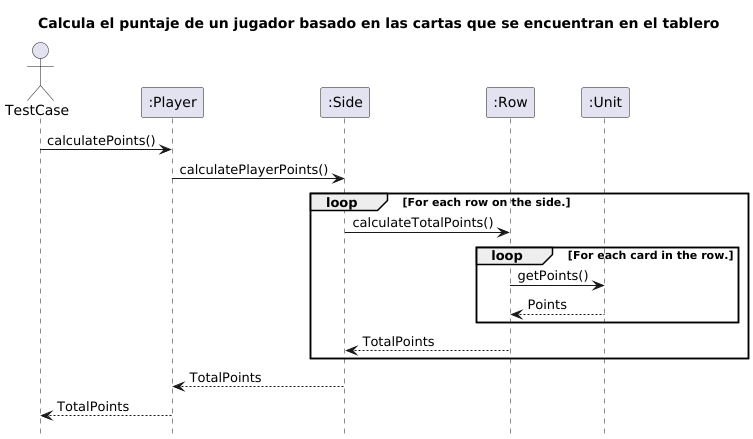
This is diagrams/sequences/DiagramaDeSecuencia1.png from Yonhir/algo3_proyecto_base_tp2, a PlantUML export, as it was before one commit.
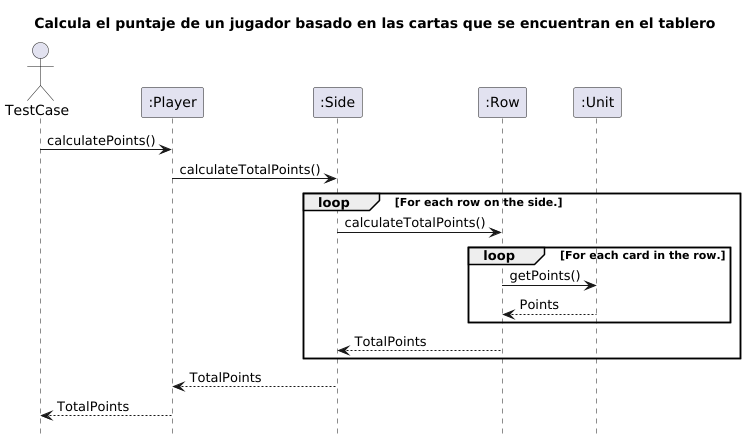
The same file after the commit.

Commit message:
arreglo en nombre de método

What changed in the source:
```diff
@@ -11,7 +11,7 @@
 participant ":Unit" as unit
 
 TestCase -> player : calculatePoints()
-player -> side : calculatePlayerPoints()
+player -> side : calculateTotalPoints()
 
 loop For each row on the side.
     side -> row : calculateTotalPoints()
```
